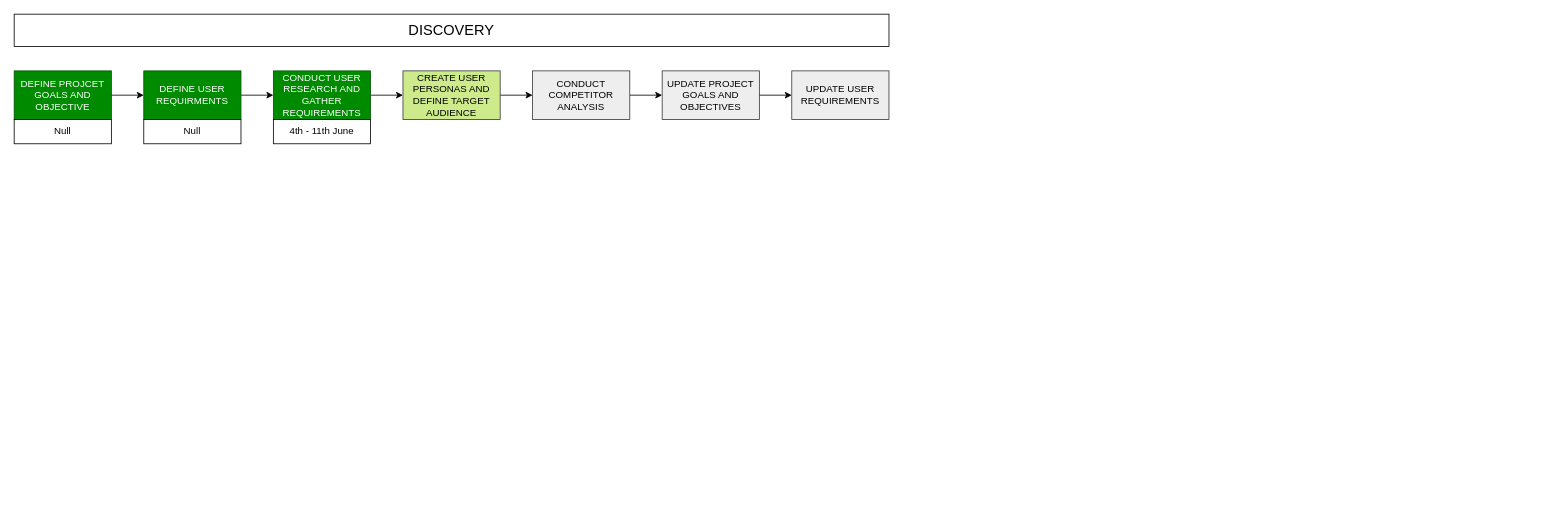
The draw.io diagram CARPOOL Milestone.drawio in eamankyim/eamankyim, before the edit. Source tidied: cells renumbered, new cells numbered last; positions are measured from the earlier drawing's top-left corner, leaving out a move shared by most shapes. Both pictures are drawn from the tidied source at 81%, with x=0, y=0 at pixel (14, 14).
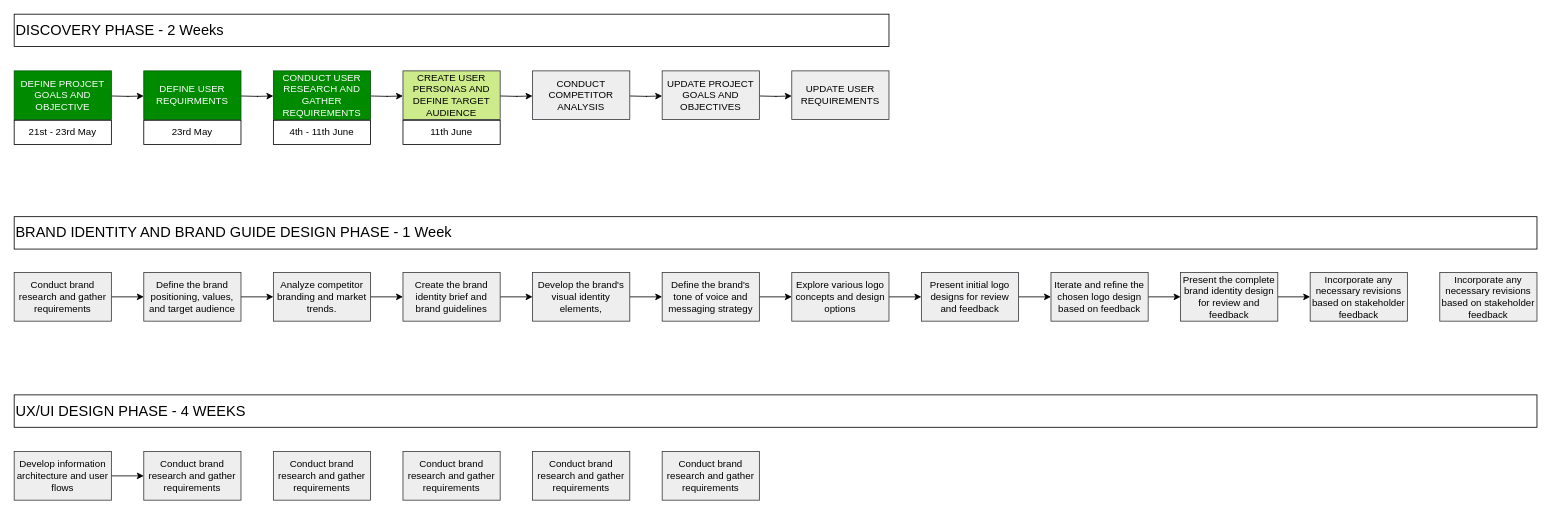
The same diagram, later.

Unchanged cells that the change refers to:
```xml
<mxCell id="4" value="DEFINE PROJCET GOALS AND OBJECTIVE" style="rounded=0;whiteSpace=wrap;html=1;fillColor=#008a00;fontColor=#ffffff;strokeColor=#005700;" parent="1" vertex="1">
  <mxGeometry y="70" width="120" height="60" as="geometry" />
</mxCell>
<mxCell id="6" value="DEFINE USER REQUIRMENTS" style="rounded=0;whiteSpace=wrap;html=1;fillColor=#008a00;fontColor=#ffffff;strokeColor=#005700;" parent="1" vertex="1">
  <mxGeometry x="160" y="70" width="120" height="60" as="geometry" />
</mxCell>
<mxCell id="8" value="CONDUCT USER RESEARCH AND GATHER REQUIREMENTS" style="rounded=0;whiteSpace=wrap;html=1;fillColor=#008a00;fontColor=#ffffff;strokeColor=#005700;" parent="1" vertex="1">
  <mxGeometry x="320" y="70" width="120" height="60" as="geometry" />
</mxCell>
<mxCell id="10" value="CREATE USER PERSONAS AND DEFINE TARGET AUDIENCE" style="rounded=0;whiteSpace=wrap;html=1;fillColor=#cdeb8b;strokeColor=#36393d;" parent="1" vertex="1">
  <mxGeometry x="480" y="70" width="120" height="60" as="geometry" />
</mxCell>
<mxCell id="12" value="CONDUCT COMPETITOR ANALYSIS" style="rounded=0;whiteSpace=wrap;html=1;fillColor=#eeeeee;strokeColor=#36393d;" parent="1" vertex="1">
  <mxGeometry x="640" y="70" width="120" height="60" as="geometry" />
</mxCell>
<mxCell id="14" value="UPDATE PROJECT GOALS AND OBJECTIVES" style="rounded=0;whiteSpace=wrap;html=1;fillColor=#eeeeee;strokeColor=#36393d;" parent="1" vertex="1">
  <mxGeometry x="800" y="70" width="120" height="60" as="geometry" />
</mxCell>
<mxCell id="15" value="UPDATE USER REQUIREMENTS" style="rounded=0;whiteSpace=wrap;html=1;fillColor=#eeeeee;strokeColor=#36393d;" parent="1" vertex="1">
  <mxGeometry x="960" y="70" width="120" height="60" as="geometry" />
</mxCell>
```

What changed in the source:
```diff
@@
-    <mxCell id="2" value="&lt;font style=&quot;font-size: 18px;&quot;&gt;DISCOVERY&lt;/font&gt;" style="rounded=0;whiteSpace=wrap;html=1;" parent="1" vertex="1">
+    <mxCell id="2" value="&lt;font style=&quot;font-size: 18px;&quot;&gt;DISCOVERY PHASE - 2 Weeks&lt;/font&gt;" style="rounded=0;whiteSpace=wrap;html=1;align=left;" parent="1" vertex="1">
       <mxGeometry width="1080" height="40" as="geometry" />
     </mxCell>
-    <mxCell id="3" style="edgeStyle=orthogonalEdgeStyle;rounded=0;jettySize=auto;html=1;" parent="1" edge="1" source="4" target="6">
-      <mxGeometry relative="1" as="geometry" />
+    <mxCell id="3" style="edgeStyle=orthogonalEdgeStyle;rounded=0;orthogonalLoop=1;jettySize=auto;html=1;" parent="1" edge="1">
+      <mxGeometry relative="1" as="geometry">
+        <mxPoint x="120" y="101" as="sourcePoint" />
+        <mxPoint x="160" y="101" as="targetPoint" />
+      </mxGeometry>
     </mxCell>
@@
-    <mxCell id="5" style="edgeStyle=orthogonalEdgeStyle;rounded=0;jettySize=auto;html=1;" parent="1" edge="1" source="6" target="8">
-      <mxGeometry relative="1" as="geometry" />
+    <mxCell id="5" style="edgeStyle=orthogonalEdgeStyle;rounded=0;orthogonalLoop=1;jettySize=auto;html=1;" parent="1" edge="1">
+      <mxGeometry relative="1" as="geometry">
+        <mxPoint x="280" y="101" as="sourcePoint" />
+        <mxPoint x="320" y="101" as="targetPoint" />
+      </mxGeometry>
     </mxCell>
@@
-    <mxCell id="7" style="edgeStyle=orthogonalEdgeStyle;rounded=0;jettySize=auto;html=1;" parent="1" edge="1" source="8" target="10">
-      <mxGeometry relative="1" as="geometry" />
+    <mxCell id="7" style="edgeStyle=orthogonalEdgeStyle;rounded=0;orthogonalLoop=1;jettySize=auto;html=1;" parent="1" edge="1">
+      <mxGeometry relative="1" as="geometry">
+        <mxPoint x="440" y="101" as="sourcePoint" />
+        <mxPoint x="480" y="101" as="targetPoint" />
+      </mxGeometry>
     </mxCell>
@@
-    <mxCell id="9" style="edgeStyle=orthogonalEdgeStyle;rounded=0;jettySize=auto;html=1;" parent="1" edge="1" source="10" target="12">
-      <mxGeometry relative="1" as="geometry" />
+    <mxCell id="9" style="edgeStyle=orthogonalEdgeStyle;rounded=0;orthogonalLoop=1;jettySize=auto;html=1;" parent="1" edge="1">
+      <mxGeometry relative="1" as="geometry">
+        <mxPoint x="600" y="101" as="sourcePoint" />
+        <mxPoint x="640" y="101" as="targetPoint" />
+      </mxGeometry>
     </mxCell>
@@
-    <mxCell id="11" style="edgeStyle=orthogonalEdgeStyle;rounded=0;jettySize=auto;html=1;" parent="1" edge="1" source="12" target="14">
-      <mxGeometry relative="1" as="geometry" />
+    <mxCell id="11" style="edgeStyle=orthogonalEdgeStyle;rounded=0;orthogonalLoop=1;jettySize=auto;html=1;" parent="1" edge="1">
+      <mxGeometry relative="1" as="geometry">
+        <mxPoint x="760" y="101" as="sourcePoint" />
+        <mxPoint x="800" y="101" as="targetPoint" />
+      </mxGeometry>
     </mxCell>
@@
-    <mxCell id="13" style="edgeStyle=orthogonalEdgeStyle;rounded=0;jettySize=auto;html=1;" parent="1" edge="1" source="14" target="15">
-      <mxGeometry relative="1" as="geometry" />
+    <mxCell id="13" style="edgeStyle=orthogonalEdgeStyle;rounded=0;orthogonalLoop=1;jettySize=auto;html=1;" parent="1" edge="1">
+      <mxGeometry relative="1" as="geometry">
+        <mxPoint x="920" y="101" as="sourcePoint" />
+        <mxPoint x="960" y="101" as="targetPoint" />
+      </mxGeometry>
     </mxCell>
@@
-    <mxCell id="16" value="Null" style="rounded=0;whiteSpace=wrap;html=1;" parent="1" vertex="1">
-      <mxGeometry y="130" width="120" height="30" as="geometry" />
+    <mxCell id="16" value="21st - 23rd May" style="rounded=0;whiteSpace=wrap;html=1;" parent="1" vertex="1">
+      <mxGeometry y="131" width="120" height="30" as="geometry" />
     </mxCell>
-    <mxCell id="17" value="Null" style="rounded=0;whiteSpace=wrap;html=1;" parent="1" vertex="1">
-      <mxGeometry x="160" y="130" width="120" height="30" as="geometry" />
+    <mxCell id="17" value="23rd May" style="rounded=0;whiteSpace=wrap;html=1;" parent="1" vertex="1">
+      <mxGeometry x="160" y="131" width="120" height="30" as="geometry" />
     </mxCell>
     <mxCell id="18" value="4th - 11th June" style="rounded=0;whiteSpace=wrap;html=1;" parent="1" vertex="1">
-      <mxGeometry x="320" y="130" width="120" height="30" as="geometry" />
+      <mxGeometry x="320" y="131" width="120" height="30" as="geometry" />
     </mxCell>
+    <mxCell id="19" value="11th June" style="rounded=0;whiteSpace=wrap;html=1;" parent="1" vertex="1">
+      <mxGeometry x="480" y="131" width="120" height="30" as="geometry" />
+    </mxCell>
+    <mxCell id="20" value="&lt;font style=&quot;font-size: 18px;&quot;&gt;BRAND IDENTITY AND BRAND GUIDE DESIGN PHASE - 1 Week&lt;/font&gt;" style="rounded=0;whiteSpace=wrap;html=1;align=left;" parent="1" vertex="1">
+      <mxGeometry y="250" width="1880" height="40" as="geometry" />
+    </mxCell>
+    <mxCell id="21" style="edgeStyle=orthogonalEdgeStyle;rounded=0;jettySize=auto;html=1;" parent="1" edge="1" source="22" target="24">
+      <mxGeometry relative="1" as="geometry" />
+    </mxCell>
+    <mxCell id="22" value="Conduct brand research and gather requirements" style="rounded=0;whiteSpace=wrap;html=1;fillColor=#eeeeee;strokeColor=#36393d;" parent="1" vertex="1">
+      <mxGeometry y="319" width="120" height="60" as="geometry" />
+    </mxCell>
+    <mxCell id="23" style="edgeStyle=orthogonalEdgeStyle;rounded=0;jettySize=auto;html=1;" parent="1" edge="1" source="24" target="26">
+      <mxGeometry relative="1" as="geometry" />
+    </mxCell>
+    <mxCell id="24" value=" Define the brand positioning, values, and target audience" style="rounded=0;whiteSpace=wrap;html=1;fillColor=#eeeeee;strokeColor=#36393d;" parent="1" vertex="1">
+      <mxGeometry x="160" y="319" width="120" height="60" as="geometry" />
+    </mxCell>
+    <mxCell id="25" style="edgeStyle=orthogonalEdgeStyle;rounded=0;jettySize=auto;html=1;" parent="1" edge="1" source="26" target="28">
+      <mxGeometry relative="1" as="geometry" />
+    </mxCell>
+    <mxCell id="26" value="  Analyze competitor branding and market trends." style="rounded=0;whiteSpace=wrap;html=1;fillColor=#eeeeee;strokeColor=#36393d;" parent="1" vertex="1">
+      <mxGeometry x="320" y="319" width="120" height="60" as="geometry" />
+    </mxCell>
+    <mxCell id="27" style="edgeStyle=orthogonalEdgeStyle;rounded=0;jettySize=auto;html=1;" parent="1" edge="1" source="28" target="30">
+      <mxGeometry relative="1" as="geometry" />
+    </mxCell>
+    <mxCell id="28" value="  Create the brand identity brief and brand guidelines" style="rounded=0;whiteSpace=wrap;html=1;fillColor=#eeeeee;strokeColor=#36393d;" parent="1" vertex="1">
+      <mxGeometry x="480" y="319" width="120" height="60" as="geometry" />
+    </mxCell>
+    <mxCell id="29" style="edgeStyle=orthogonalEdgeStyle;rounded=0;jettySize=auto;html=1;" parent="1" edge="1" source="30" target="32">
+      <mxGeometry relative="1" as="geometry" />
+    </mxCell>
+    <mxCell id="30" value="  Develop the brand's visual identity elements," style="rounded=0;whiteSpace=wrap;html=1;fillColor=#eeeeee;strokeColor=#36393d;" parent="1" vertex="1">
+      <mxGeometry x="640" y="319" width="120" height="60" as="geometry" />
+    </mxCell>
+    <mxCell id="31" style="edgeStyle=orthogonalEdgeStyle;rounded=0;jettySize=auto;html=1;" parent="1" edge="1" source="32" target="34">
+      <mxGeometry relative="1" as="geometry" />
+    </mxCell>
+    <mxCell id="32" value="Define the brand's tone of voice and messaging strategy" style="rounded=0;whiteSpace=wrap;html=1;fillColor=#eeeeee;strokeColor=#36393d;" parent="1" vertex="1">
+      <mxGeometry x="800" y="319" width="120" height="60" as="geometry" />
+    </mxCell>
+    <mxCell id="33" style="edgeStyle=orthogonalEdgeStyle;rounded=0;jettySize=auto;html=1;" parent="1" edge="1" source="34" target="36">
+      <mxGeometry relative="1" as="geometry" />
+    </mxCell>
+    <mxCell id="34" value="  Explore various logo concepts and design options" style="rounded=0;whiteSpace=wrap;html=1;fillColor=#eeeeee;strokeColor=#36393d;" parent="1" vertex="1">
+      <mxGeometry x="960" y="319" width="120" height="60" as="geometry" />
+    </mxCell>
+    <mxCell id="35" style="edgeStyle=orthogonalEdgeStyle;rounded=0;jettySize=auto;html=1;" parent="1" edge="1" source="36" target="38">
+      <mxGeometry relative="1" as="geometry" />
+    </mxCell>
+    <mxCell id="36" value="   Present initial logo designs for review and feedback" style="rounded=0;whiteSpace=wrap;html=1;fillColor=#eeeeee;strokeColor=#36393d;" parent="1" vertex="1">
+      <mxGeometry x="1120" y="319" width="120" height="60" as="geometry" />
+    </mxCell>
+    <mxCell id="37" style="edgeStyle=orthogonalEdgeStyle;rounded=0;jettySize=auto;html=1;" parent="1" edge="1" source="38" target="40">
+      <mxGeometry relative="1" as="geometry" />
+    </mxCell>
+    <mxCell id="38" value="Iterate and refine the chosen logo design based on feedback" style="rounded=0;whiteSpace=wrap;html=1;fillColor=#eeeeee;strokeColor=#36393d;" parent="1" vertex="1">
+      <mxGeometry x="1280" y="319" width="120" height="60" as="geometry" />
+    </mxCell>
+    <mxCell id="39" style="edgeStyle=orthogonalEdgeStyle;rounded=0;jettySize=auto;html=1;" parent="1" edge="1" source="40" target="41">
+      <mxGeometry relative="1" as="geometry" />
+    </mxCell>
+    <mxCell id="40" value="Present the complete brand identity design for review and feedback" style="rounded=0;whiteSpace=wrap;html=1;fillColor=#eeeeee;strokeColor=#36393d;" parent="1" vertex="1">
+      <mxGeometry x="1440" y="319" width="120" height="60" as="geometry" />
+    </mxCell>
+    <mxCell id="41" value="Incorporate any necessary revisions based on stakeholder &lt;br&gt;feedback" style="rounded=0;whiteSpace=wrap;html=1;fillColor=#eeeeee;strokeColor=#36393d;" parent="1" vertex="1">
+      <mxGeometry x="1600" y="319" width="120" height="60" as="geometry" />
+    </mxCell>
+    <mxCell id="42" value="Incorporate any necessary revisions based on stakeholder &lt;br&gt;feedback" style="rounded=0;whiteSpace=wrap;html=1;fillColor=#eeeeee;strokeColor=#36393d;" parent="1" vertex="1">
+      <mxGeometry x="1760" y="319" width="120" height="60" as="geometry" />
+    </mxCell>
+    <mxCell id="43" value="&lt;font style=&quot;font-size: 18px;&quot;&gt;UX/UI DESIGN PHASE - 4 WEEKS&lt;/font&gt;" style="rounded=0;whiteSpace=wrap;html=1;align=left;" parent="1" vertex="1">
+      <mxGeometry y="470" width="1880" height="40" as="geometry" />
+    </mxCell>
+    <mxCell id="44" style="edgeStyle=orthogonalEdgeStyle;rounded=0;jettySize=auto;html=1;" parent="1" edge="1" source="45" target="46">
+      <mxGeometry relative="1" as="geometry" />
+    </mxCell>
+    <mxCell id="45" value="Develop information architecture and user flows" style="rounded=0;whiteSpace=wrap;html=1;fillColor=#eeeeee;strokeColor=#36393d;" parent="1" vertex="1">
+      <mxGeometry y="540" width="120" height="60" as="geometry" />
+    </mxCell>
+    <mxCell id="46" value="Conduct brand research and gather requirements" style="rounded=0;whiteSpace=wrap;html=1;fillColor=#eeeeee;strokeColor=#36393d;" parent="1" vertex="1">
+      <mxGeometry x="160" y="540" width="120" height="60" as="geometry" />
+    </mxCell>
+    <mxCell id="47" value="Conduct brand research and gather requirements" style="rounded=0;whiteSpace=wrap;html=1;fillColor=#eeeeee;strokeColor=#36393d;" parent="1" vertex="1">
+      <mxGeometry x="320" y="540" width="120" height="60" as="geometry" />
+    </mxCell>
+    <mxCell id="48" value="Conduct brand research and gather requirements" style="rounded=0;whiteSpace=wrap;html=1;fillColor=#eeeeee;strokeColor=#36393d;" parent="1" vertex="1">
+      <mxGeometry x="480" y="540" width="120" height="60" as="geometry" />
+    </mxCell>
+    <mxCell id="49" value="Conduct brand research and gather requirements" style="rounded=0;whiteSpace=wrap;html=1;fillColor=#eeeeee;strokeColor=#36393d;" parent="1" vertex="1">
+      <mxGeometry x="640" y="540" width="120" height="60" as="geometry" />
+    </mxCell>
+    <mxCell id="50" value="Conduct brand research and gather requirements" style="rounded=0;whiteSpace=wrap;html=1;fillColor=#eeeeee;strokeColor=#36393d;" parent="1" vertex="1">
+      <mxGeometry x="800" y="540" width="120" height="60" as="geometry" />
+    </mxCell>
```
